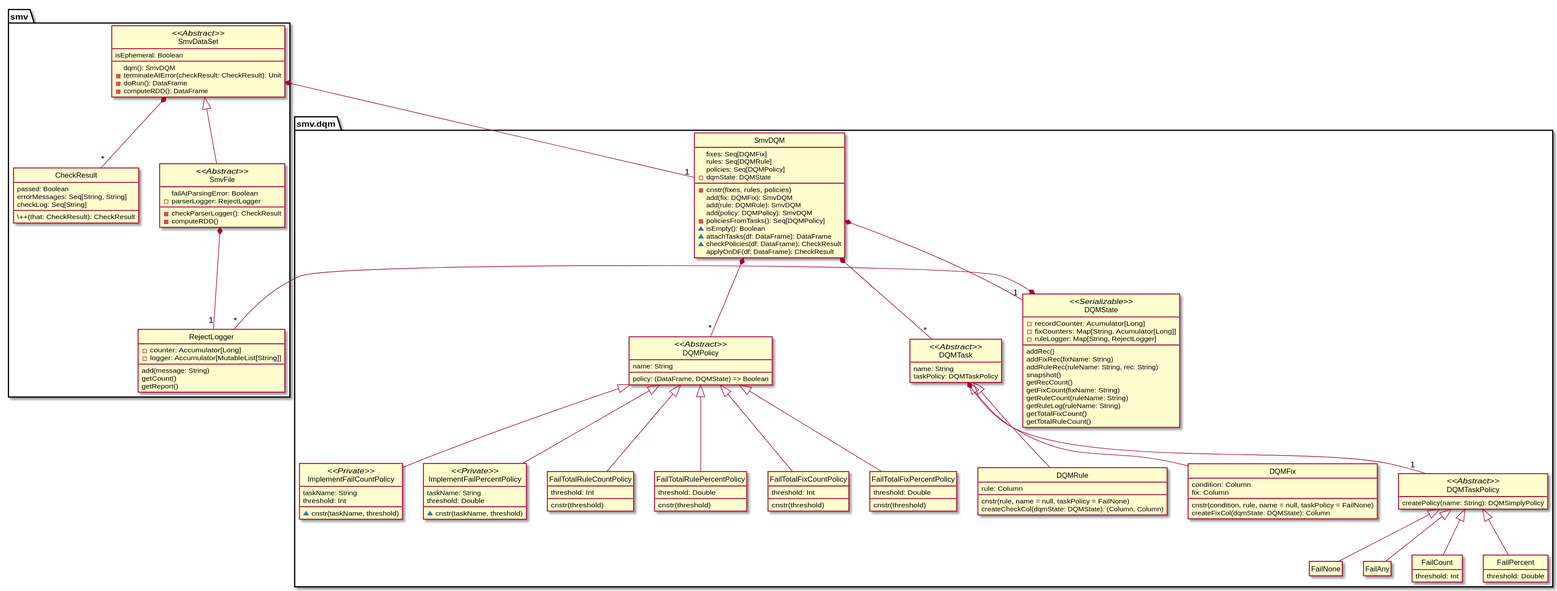
This is docs/design/SmvDQM/SmvDQM.svg from TresAmigosSD/SMV, a PlantUML export, as it was before one commit. Its source is kept beside it as docs/design/SmvDQM/SmvDQM.puml.
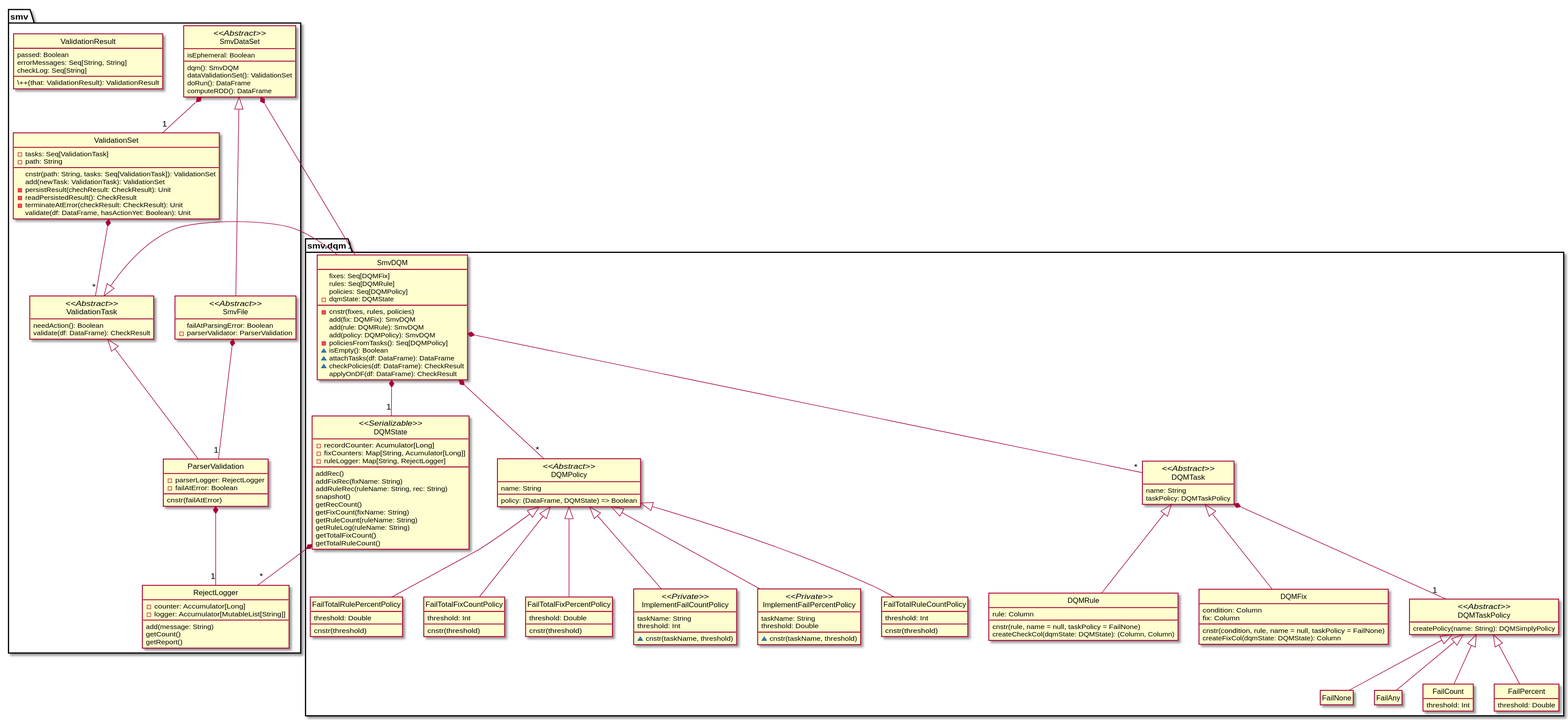
After the change.

Commit message:
Updated SmvDQM design doc with ValidationSet/Task/Result

The edit, as a diff of the source:
```diff
@@ -7,23 +7,43 @@
   class SmvDataSet <<Abstract>> {
     isEphemeral: Boolean
     dqm(): SmvDQM
-    -terminateAtError(checkResult: CheckResult): Unit
-    -doRun(): DataFrame
-    -computeRDD(): DataFrame
+    dataValidationSet(): ValidationSet
+    doRun(): DataFrame
+    computeRDD(): DataFrame
   }
 
-  class CheckResult {
+  class ValidationSet {
+    -tasks: Seq[ValidationTask]
+    -path: String
+    cnstr(path: String, tasks: Seq[ValidationTask]): ValidationSet
+    add(newTask: ValidationTask): ValidationSet
+    -persistResult(chechResult: CheckResult): Unit
+    -readPersistedResult(): CheckResult
+    -terminateAtError(checkResult: CheckResult): Unit
+    validate(df: DataFrame, hasActionYet: Boolean): Unit
+  }
+
+  class ValidationTask <<Abstract>> {
+    needAction(): Boolean
+    validate(df: DataFrame): CheckResult
+  }
+
+  class ParserValidation extends ValidationTask {
+    -parserLogger: RejectLogger
+    -failAtError: Boolean
+    cnstr(failAtError)
+  }
+
+  class ValidationResult {
     passed: Boolean
     errorMessages: Seq[String, String]
     checkLog: Seq[String]
-    \++(that: CheckResult): CheckResult
+    \++(that: ValidationResult): ValidationResult
   }
 
   class SmvFile <<Abstract>> extends SmvDataSet {
     failAtParsingError: Boolean
-    -parserLogger: RejectLogger
-    -checkParserLogger(): CheckResult
-    -computeRDD()
+    -parserValidator: ParserValidation
   }
 
   class RejectLogger {
@@ -35,9 +55,11 @@
     getReport()
   }
 
+  SmvDataSet *-- "1" ValidationSet
   SmvDataSet *-- "1" smv.dqm.SmvDQM
-  SmvDataSet *-- "*" CheckResult
-  SmvFile *-- "1" RejectLogger
+  ValidationSet *-- "*" ValidationTask
+  ParserValidation *-- "1" RejectLogger
+  SmvFile *-- "1" ParserValidation
 }
 
 namespace smv.dqm {
@@ -126,7 +148,7 @@
     getTotalRuleCount()
   }
 
-  class SmvDQM {
+  class SmvDQM extends smv.ValidationTask {
     fixes: Seq[DQMFix]
     rules: Seq[DQMRule]
     policies: Seq[DQMPolicy]
```
